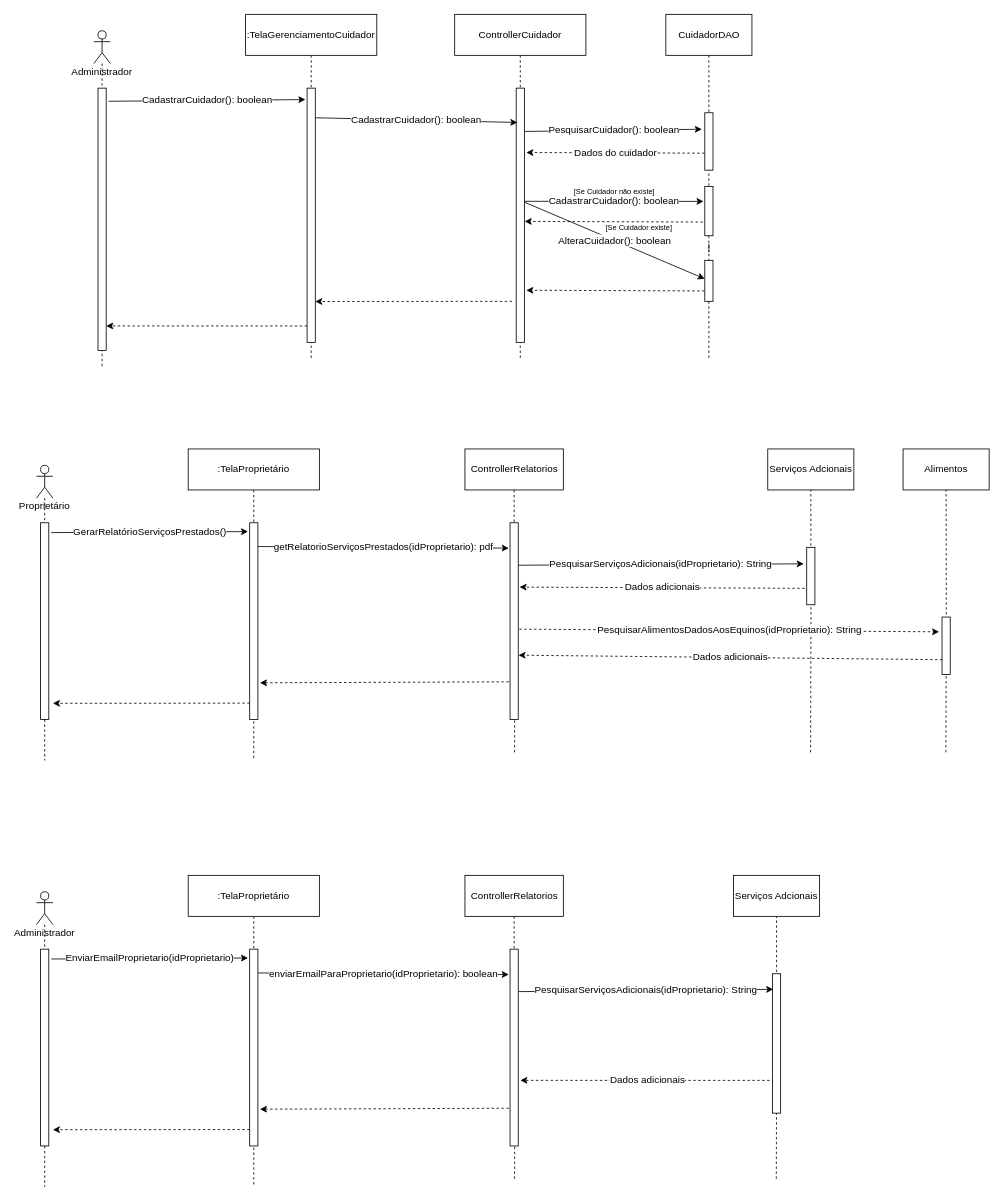
Earlier version of the draw.io diagram page "Diagrama de Sequência" (4 of 4) of diagramas/haras_telas.drawio (Iagoarrighi/LPS-Haras). Source tidied: cells renumbered, new cells numbered last; positions are measured from the earlier drawing's top-left corner, leaving out a move shared by most shapes. Both pictures are drawn from the tidied source at 82%, with x=0, y=0 at pixel (36, 14).
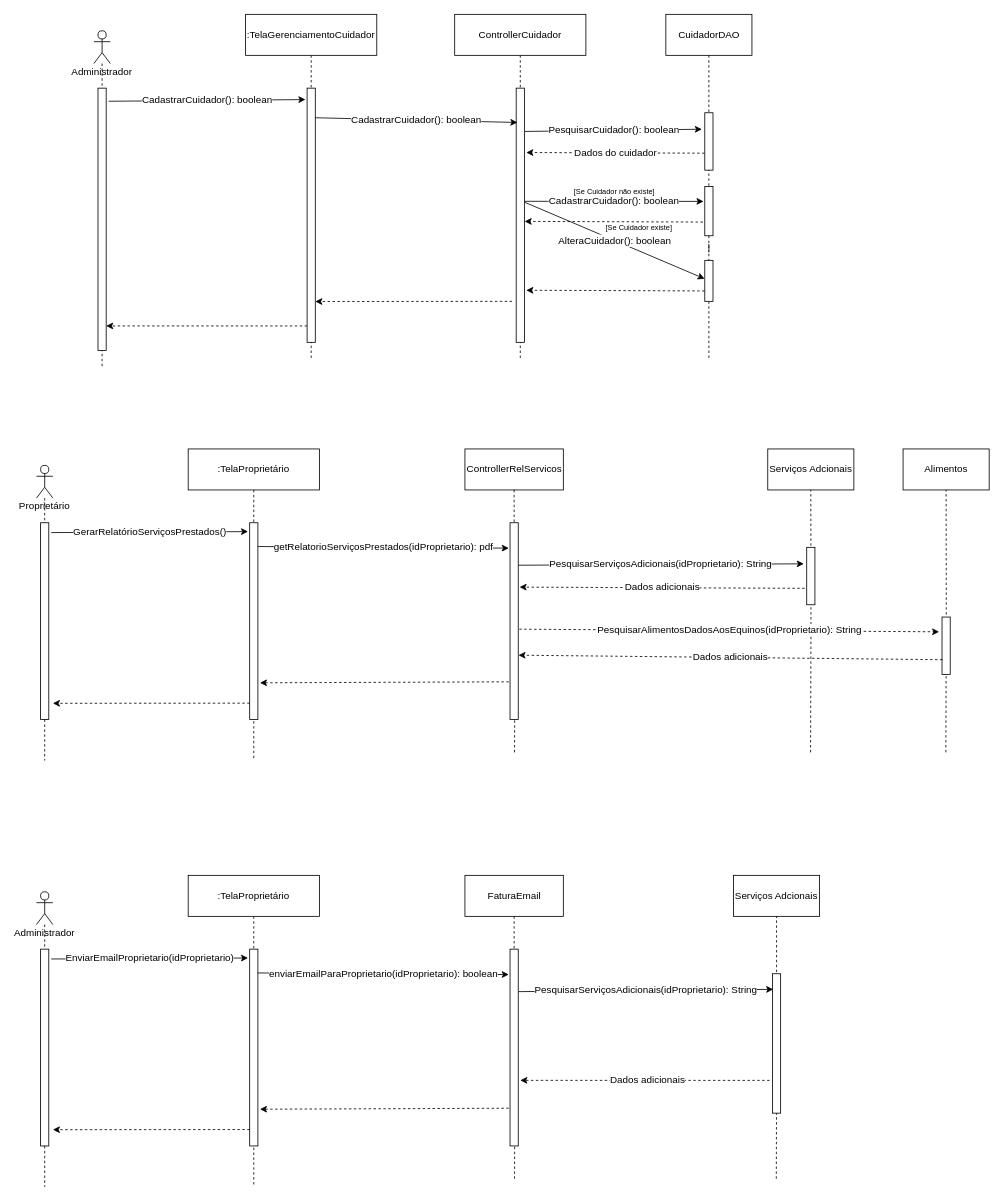
Above is the later version.

What changed in the source:
```diff
@@
-    <mxCell id="40" value="ControllerRelatorios" style="rounded=0;whiteSpace=wrap;html=1;labelBackgroundColor=none;fillStyle=auto;fontSize=12;fillColor=default;gradientColor=none;" parent="1" vertex="1">
+    <mxCell id="40" value="ControllerRelServicos" style="rounded=0;whiteSpace=wrap;html=1;labelBackgroundColor=none;fillStyle=auto;fontSize=12;fillColor=default;gradientColor=none;" parent="1" vertex="1">
       <mxGeometry x="522.5" y="530" width="120" height="50" as="geometry" />
     </mxCell>
@@
-    <mxCell id="63" value="ControllerRelatorios" style="rounded=0;whiteSpace=wrap;html=1;labelBackgroundColor=none;fillStyle=auto;fontSize=12;fillColor=default;gradientColor=none;" parent="1" vertex="1">
+    <mxCell id="63" value="FaturaEmail" style="rounded=0;whiteSpace=wrap;html=1;labelBackgroundColor=none;fillStyle=auto;fontSize=12;fillColor=default;gradientColor=none;" parent="1" vertex="1">
       <mxGeometry x="522.5" y="1050" width="120" height="50" as="geometry" />
     </mxCell>
```
